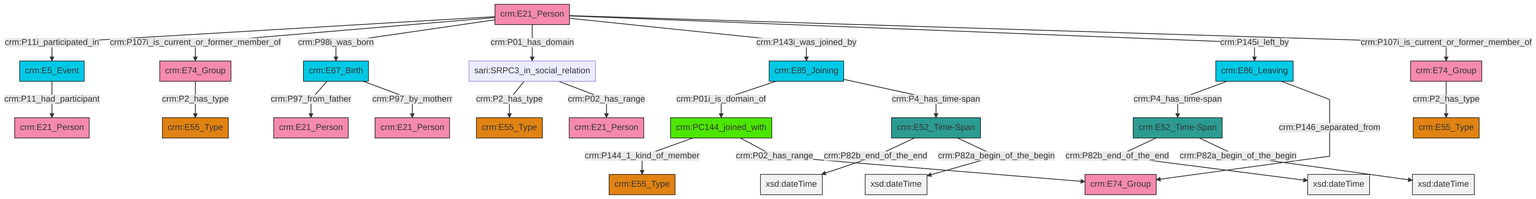
The Mermaid diagram et/personCSV/ttl/mmd/png/Person_Actor_Relations.png in swiss-art-research-net/reference-data-models, before a commit. Its source is kept beside it as et/personCSV/ttl/mmd/Person_Actor_Relations.ttl.mmd.
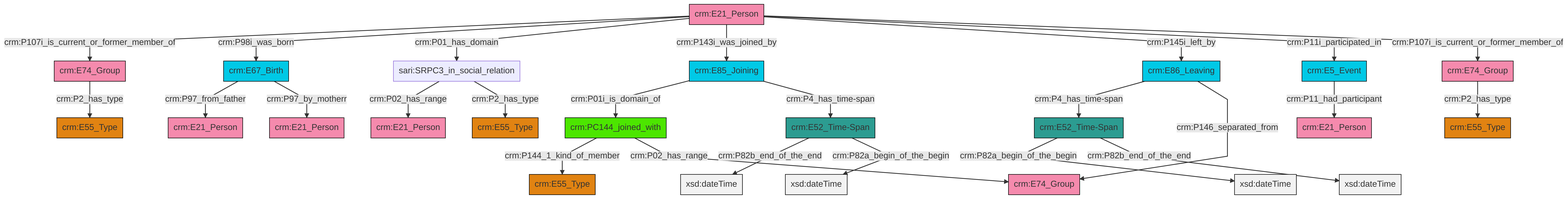
The same file after the commit.

The edit, as a diff of the source:
```diff
@@ -13,27 +13,27 @@
 classDef PC_Classes fill:#4ce600, stroke:#000000;
 classDef Multi fill:#cccccc,stroke:#000000;
 
-2["crm:E67_Birth"]:::Temporal_Entity -->|crm:P97_from_father| 3["crm:E21_Person"]:::Actor
-8["crm:E5_Event"]:::Temporal_Entity -->|crm:P11_had_participant| 9["crm:E21_Person"]:::Actor
-12["crm:E85_Joining"]:::Temporal_Entity -->|crm:P01i_is_domain_of| 13["crm:PC144_joined_with"]:::PC_Classes
-22["crm:E52_Time-Span"]:::Time-Span -->|crm:P82b_end_of_the_end| 23[xsd:dateTime]:::Literal
-0["crm:E21_Person"]:::Actor -->|crm:P11i_participated_in| 8["crm:E5_Event"]:::Temporal_Entity
-13["crm:PC144_joined_with"]:::PC_Classes -->|crm:P144_1_kind_of_member| 26["crm:E55_Type"]:::Type
-27["crm:E52_Time-Span"]:::Time-Span -->|crm:P82b_end_of_the_end| 28[xsd:dateTime]:::Literal
-2["crm:E67_Birth"]:::Temporal_Entity -->|crm:P97_by_motherr| 16["crm:E21_Person"]:::Actor
-10["sari:SRPC3_in_social_relation"]:::Default -->|crm:P2_has_type| 29["crm:E55_Type"]:::Type
-27["crm:E52_Time-Span"]:::Time-Span -->|crm:P82a_begin_of_the_begin| 30[xsd:dateTime]:::Literal
-0["crm:E21_Person"]:::Actor -->|crm:P107i_is_current_or_former_member_of| 18["crm:E74_Group"]:::Actor
-22["crm:E52_Time-Span"]:::Time-Span -->|crm:P82a_begin_of_the_begin| 34[xsd:dateTime]:::Literal
-0["crm:E21_Person"]:::Actor -->|crm:P98i_was_born| 2["crm:E67_Birth"]:::Temporal_Entity
-0["crm:E21_Person"]:::Actor -->|crm:P01_has_domain| 10["sari:SRPC3_in_social_relation"]:::Default
-12["crm:E85_Joining"]:::Temporal_Entity -->|crm:P4_has_time-span| 27["crm:E52_Time-Span"]:::Time-Span
-13["crm:PC144_joined_with"]:::PC_Classes -->|crm:P02_has_range| 4["crm:E74_Group"]:::Actor
-20["crm:E74_Group"]:::Actor -->|crm:P2_has_type| 32["crm:E55_Type"]:::Type
-0["crm:E21_Person"]:::Actor -->|crm:P143i_was_joined_by| 12["crm:E85_Joining"]:::Temporal_Entity
-6["crm:E86_Leaving"]:::Temporal_Entity -->|crm:P4_has_time-span| 22["crm:E52_Time-Span"]:::Time-Span
-10["sari:SRPC3_in_social_relation"]:::Default -->|crm:P02_has_range| 36["crm:E21_Person"]:::Actor
+0["crm:E21_Person"]:::Actor -->|crm:P107i_is_current_or_former_member_of| 1["crm:E74_Group"]:::Actor
+2["crm:E52_Time-Span"]:::Time-Span -->|crm:P82b_end_of_the_end| 3[xsd:dateTime]:::Literal
+8["crm:E67_Birth"]:::Temporal_Entity -->|crm:P97_from_father| 9["crm:E21_Person"]:::Actor
+0["crm:E21_Person"]:::Actor -->|crm:P98i_was_born| 8["crm:E67_Birth"]:::Temporal_Entity
+2["crm:E52_Time-Span"]:::Time-Span -->|crm:P82a_begin_of_the_begin| 18[xsd:dateTime]:::Literal
+20["crm:E85_Joining"]:::Temporal_Entity -->|crm:P01i_is_domain_of| 21["crm:PC144_joined_with"]:::PC_Classes
+21["crm:PC144_joined_with"]:::PC_Classes -->|crm:P144_1_kind_of_member| 4["crm:E55_Type"]:::Type
+1["crm:E74_Group"]:::Actor -->|crm:P2_has_type| 27["crm:E55_Type"]:::Type
+20["crm:E85_Joining"]:::Temporal_Entity -->|crm:P4_has_time-span| 2["crm:E52_Time-Span"]:::Time-Span
+24["sari:SRPC3_in_social_relation"]:::Default -->|crm:P02_has_range| 12["crm:E21_Person"]:::Actor
+0["crm:E21_Person"]:::Actor -->|crm:P01_has_domain| 24["sari:SRPC3_in_social_relation"]:::Default
+0["crm:E21_Person"]:::Actor -->|crm:P143i_was_joined_by| 20["crm:E85_Joining"]:::Temporal_Entity
+14["crm:E52_Time-Span"]:::Time-Span -->|crm:P82a_begin_of_the_begin| 30[xsd:dateTime]:::Literal
+6["crm:E86_Leaving"]:::Temporal_Entity -->|crm:P4_has_time-span| 14["crm:E52_Time-Span"]:::Time-Span
+14["crm:E52_Time-Span"]:::Time-Span -->|crm:P82b_end_of_the_end| 33[xsd:dateTime]:::Literal
+24["sari:SRPC3_in_social_relation"]:::Default -->|crm:P2_has_type| 10["crm:E55_Type"]:::Type
+8["crm:E67_Birth"]:::Temporal_Entity -->|crm:P97_by_motherr| 34["crm:E21_Person"]:::Actor
+40["crm:E74_Group"]:::Actor -->|crm:P2_has_type| 16["crm:E55_Type"]:::Type
+6["crm:E86_Leaving"]:::Temporal_Entity -->|crm:P146_separated_from| 41["crm:E74_Group"]:::Actor
+21["crm:PC144_joined_with"]:::PC_Classes -->|crm:P02_has_range| 41["crm:E74_Group"]:::Actor
 0["crm:E21_Person"]:::Actor -->|crm:P145i_left_by| 6["crm:E86_Leaving"]:::Temporal_Entity
-18["crm:E74_Group"]:::Actor -->|crm:P2_has_type| 42["crm:E55_Type"]:::Type
-6["crm:E86_Leaving"]:::Temporal_Entity -->|crm:P146_separated_from| 4["crm:E74_Group"]:::Actor
-0["crm:E21_Person"]:::Actor -->|crm:P107i_is_current_or_former_member_of| 20["crm:E74_Group"]:::Actor
+44["crm:E5_Event"]:::Temporal_Entity -->|crm:P11_had_participant| 37["crm:E21_Person"]:::Actor
+0["crm:E21_Person"]:::Actor -->|crm:P11i_participated_in| 44["crm:E5_Event"]:::Temporal_Entity
+0["crm:E21_Person"]:::Actor -->|crm:P107i_is_current_or_former_member_of| 40["crm:E74_Group"]:::Actor
```
